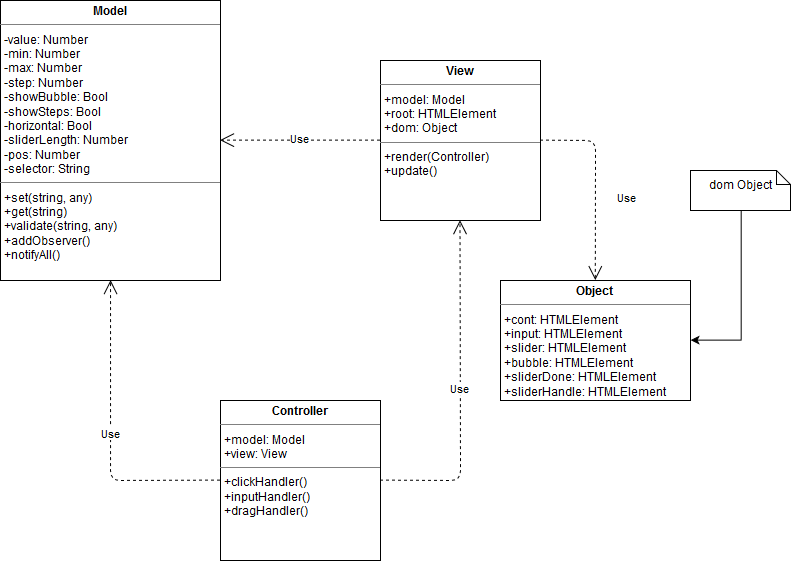
Before: diagram.png, a diagram exported from draw.io (performanceArtist/slider-plugin). Source tidied: cells renumbered, new cells last; positions are measured from the earlier drawing's top-left corner, leaving out a move shared by most shapes.
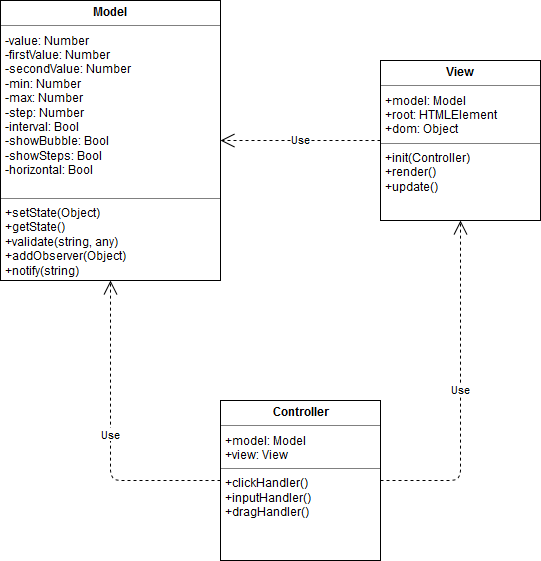
The same diagram one commit later.

Diff of the diagram source:
```diff
@@ -2,10 +2,10 @@
   <root>
     <mxCell id="0" />
     <mxCell id="1" parent="0" />
-    <mxCell id="2" value="&lt;p style=&quot;margin: 0px ; margin-top: 4px ; text-align: center&quot;&gt;&lt;b&gt;Model&lt;/b&gt;&lt;br&gt;&lt;/p&gt;&lt;hr size=&quot;1&quot;&gt;&lt;p style=&quot;margin: 0px ; margin-left: 4px&quot;&gt;-value: Number&lt;/p&gt;&lt;p style=&quot;margin: 0px ; margin-left: 4px&quot;&gt;-min: Number&lt;/p&gt;&lt;p style=&quot;margin: 0px ; margin-left: 4px&quot;&gt;-max: Number&lt;/p&gt;&lt;p style=&quot;margin: 0px ; margin-left: 4px&quot;&gt;-step: Number&lt;/p&gt;&lt;p style=&quot;margin: 0px ; margin-left: 4px&quot;&gt;-showBubble: Bool&lt;/p&gt;&lt;p style=&quot;margin: 0px ; margin-left: 4px&quot;&gt;-showSteps: Bool&lt;/p&gt;&lt;p style=&quot;margin: 0px ; margin-left: 4px&quot;&gt;-horizontal: Bool&lt;/p&gt;&lt;p style=&quot;margin: 0px ; margin-left: 4px&quot;&gt;-sliderLength: Number&lt;/p&gt;&lt;p style=&quot;margin: 0px ; margin-left: 4px&quot;&gt;-pos: Number&lt;/p&gt;&lt;p style=&quot;margin: 0px ; margin-left: 4px&quot;&gt;-selector: String&lt;br&gt;&lt;/p&gt;&lt;hr size=&quot;1&quot;&gt;&lt;p style=&quot;margin: 0px ; margin-left: 4px&quot;&gt;+set(string, any)&lt;/p&gt;&lt;p style=&quot;margin: 0px ; margin-left: 4px&quot;&gt;+get(string)&lt;br&gt;&lt;/p&gt;&lt;p style=&quot;margin: 0px ; margin-left: 4px&quot;&gt;+validate(string, any)&lt;br&gt;&lt;/p&gt;&lt;p style=&quot;margin: 0px ; margin-left: 4px&quot;&gt;+addObserver()&lt;/p&gt;&lt;p style=&quot;margin: 0px ; margin-left: 4px&quot;&gt;+notifyAll()&lt;/p&gt;&lt;p style=&quot;margin: 0px ; margin-left: 4px&quot;&gt;&lt;br&gt;&lt;/p&gt;" style="verticalAlign=top;align=left;overflow=fill;fontSize=12;fontFamily=Helvetica;html=1;" parent="1" vertex="1">
+    <mxCell id="2" value="&lt;p style=&quot;margin: 0px ; margin-top: 4px ; text-align: center&quot;&gt;&lt;b&gt;Model&lt;/b&gt;&lt;br&gt;&lt;/p&gt;&lt;hr size=&quot;1&quot;&gt;&lt;p style=&quot;margin: 0px ; margin-left: 4px&quot;&gt;-value: Number&lt;/p&gt;&lt;p style=&quot;margin: 0px ; margin-left: 4px&quot;&gt;-firstValue: Number&lt;/p&gt;&lt;p style=&quot;margin: 0px ; margin-left: 4px&quot;&gt;-secondValue: Number&lt;br&gt;&lt;/p&gt;&lt;p style=&quot;margin: 0px ; margin-left: 4px&quot;&gt;-min: Number&lt;/p&gt;&lt;p style=&quot;margin: 0px ; margin-left: 4px&quot;&gt;-max: Number&lt;/p&gt;&lt;p style=&quot;margin: 0px ; margin-left: 4px&quot;&gt;-step: Number&lt;/p&gt;&lt;p style=&quot;margin: 0px ; margin-left: 4px&quot;&gt;-interval: Bool&lt;br&gt;&lt;/p&gt;&lt;p style=&quot;margin: 0px ; margin-left: 4px&quot;&gt;-showBubble: Bool&lt;/p&gt;&lt;p style=&quot;margin: 0px ; margin-left: 4px&quot;&gt;-showSteps: Bool&lt;/p&gt;&lt;p style=&quot;margin: 0px ; margin-left: 4px&quot;&gt;-horizontal: Bool&lt;/p&gt;&lt;br&gt;&lt;hr size=&quot;1&quot;&gt;&lt;p style=&quot;margin: 0px ; margin-left: 4px&quot;&gt;+setState(Object)&lt;/p&gt;&lt;p style=&quot;margin: 0px ; margin-left: 4px&quot;&gt;+getState()&lt;br&gt;&lt;/p&gt;&lt;p style=&quot;margin: 0px ; margin-left: 4px&quot;&gt;+validate(string, any)&lt;br&gt;&lt;/p&gt;&lt;p style=&quot;margin: 0px ; margin-left: 4px&quot;&gt;+addObserver(Object)&lt;/p&gt;&lt;p style=&quot;margin: 0px ; margin-left: 4px&quot;&gt;+notify(string)&lt;/p&gt;&lt;p style=&quot;margin: 0px ; margin-left: 4px&quot;&gt;&lt;br&gt;&lt;/p&gt;" style="verticalAlign=top;align=left;overflow=fill;fontSize=12;fontFamily=Helvetica;html=1;" parent="1" vertex="1">
       <mxGeometry width="220" height="280" as="geometry" />
     </mxCell>
-    <mxCell id="3" value="&lt;p style=&quot;margin: 0px ; margin-top: 4px ; text-align: center&quot;&gt;&lt;b&gt;View&lt;/b&gt;&lt;br&gt;&lt;/p&gt;&lt;hr size=&quot;1&quot;&gt;&lt;p style=&quot;margin: 0px ; margin-left: 4px&quot;&gt;+model: Model&lt;br&gt;&lt;/p&gt;&lt;p style=&quot;margin: 0px ; margin-left: 4px&quot;&gt;+root: HTMLElement&lt;/p&gt;&lt;p style=&quot;margin: 0px ; margin-left: 4px&quot;&gt;+dom: Object&lt;br&gt;&lt;/p&gt;&lt;hr size=&quot;1&quot;&gt;&lt;p style=&quot;margin: 0px ; margin-left: 4px&quot;&gt;+render(Controller)&lt;/p&gt;&lt;p style=&quot;margin: 0px ; margin-left: 4px&quot;&gt;+update()&lt;br&gt;&lt;/p&gt;" style="verticalAlign=top;align=left;overflow=fill;fontSize=12;fontFamily=Helvetica;html=1;" parent="1" vertex="1">
+    <mxCell id="3" value="&lt;p style=&quot;margin: 0px ; margin-top: 4px ; text-align: center&quot;&gt;&lt;b&gt;View&lt;/b&gt;&lt;br&gt;&lt;/p&gt;&lt;hr size=&quot;1&quot;&gt;&lt;p style=&quot;margin: 0px ; margin-left: 4px&quot;&gt;+model: Model&lt;br&gt;&lt;/p&gt;&lt;p style=&quot;margin: 0px ; margin-left: 4px&quot;&gt;+root: HTMLElement&lt;/p&gt;&lt;p style=&quot;margin: 0px ; margin-left: 4px&quot;&gt;+dom: Object&lt;br&gt;&lt;/p&gt;&lt;hr size=&quot;1&quot;&gt;&lt;p style=&quot;margin: 0px ; margin-left: 4px&quot;&gt;+init(Controller)&lt;/p&gt;&lt;p style=&quot;margin: 0px ; margin-left: 4px&quot;&gt;+render()&lt;/p&gt;&lt;p style=&quot;margin: 0px ; margin-left: 4px&quot;&gt;+update()&lt;br&gt;&lt;/p&gt;" style="verticalAlign=top;align=left;overflow=fill;fontSize=12;fontFamily=Helvetica;html=1;" parent="1" vertex="1">
       <mxGeometry x="380" y="60" width="160" height="160" as="geometry" />
     </mxCell>
     <mxCell id="4" value="&lt;p style=&quot;margin: 0px ; margin-top: 4px ; text-align: center&quot;&gt;&lt;b&gt;Controller&lt;/b&gt;&lt;/p&gt;&lt;hr size=&quot;1&quot;&gt;&lt;p style=&quot;margin: 0px ; margin-left: 4px&quot;&gt;+model: Model&lt;br&gt;&lt;/p&gt;&lt;p style=&quot;margin: 0px ; margin-left: 4px&quot;&gt;+view: View&lt;br&gt;&lt;/p&gt;&lt;hr size=&quot;1&quot;&gt;&lt;p style=&quot;margin: 0px ; margin-left: 4px&quot;&gt;+clickHandler()&lt;/p&gt;&lt;p style=&quot;margin: 0px ; margin-left: 4px&quot;&gt;+inputHandler()&lt;/p&gt;&lt;p style=&quot;margin: 0px ; margin-left: 4px&quot;&gt;+dragHandler()&lt;br&gt;&lt;/p&gt;" style="verticalAlign=top;align=left;overflow=fill;fontSize=12;fontFamily=Helvetica;html=1;" parent="1" vertex="1">
@@ -28,22 +28,5 @@
         </Array>
       </mxGeometry>
     </mxCell>
-    <mxCell id="8" value="&lt;p style=&quot;margin: 0px ; margin-top: 4px ; text-align: center&quot;&gt;&lt;b&gt;Object&lt;/b&gt;&lt;br&gt;&lt;/p&gt;&lt;hr size=&quot;1&quot;&gt;&lt;p style=&quot;margin: 0px ; margin-left: 4px&quot;&gt;+cont: HTMLElement&lt;/p&gt;&lt;p style=&quot;margin: 0px ; margin-left: 4px&quot;&gt;+input: HTMLElement&lt;/p&gt;&lt;p style=&quot;margin: 0px ; margin-left: 4px&quot;&gt;+slider: HTMLElement&lt;/p&gt;&lt;p style=&quot;margin: 0px ; margin-left: 4px&quot;&gt;+bubble: HTMLElement&lt;/p&gt;&lt;p style=&quot;margin: 0px ; margin-left: 4px&quot;&gt;+sliderDone: HTMLElement&lt;/p&gt;&lt;p style=&quot;margin: 0px ; margin-left: 4px&quot;&gt;+sliderHandle: HTMLElement&lt;/p&gt;&lt;hr size=&quot;1&quot;&gt;&lt;p style=&quot;margin: 0px ; margin-left: 4px&quot;&gt;&lt;br&gt;&lt;/p&gt;" style="verticalAlign=top;align=left;overflow=fill;fontSize=12;fontFamily=Helvetica;html=1;" parent="1" vertex="1">
-      <mxGeometry x="500" y="280" width="190" height="120" as="geometry" />
-    </mxCell>
-    <mxCell id="9" value="Use" style="endArrow=open;endSize=12;dashed=1;html=1;exitX=1;exitY=0.5;exitDx=0;exitDy=0;entryX=0.5;entryY=0;entryDx=0;entryDy=0;" parent="1" edge="1" source="3" target="8">
-      <mxGeometry x="-0.47" y="-30" relative="1" as="geometry">
-        <Array as="points">
-          <mxPoint x="595" y="140" />
-        </Array>
-        <mxPoint x="35" y="29" as="offset" />
-      </mxGeometry>
-    </mxCell>
-    <mxCell id="10" style="edgeStyle=orthogonalEdgeStyle;rounded=0;jettySize=auto;html=1;entryX=1;entryY=0.5;entryDx=0;entryDy=0;" parent="1" edge="1" source="11" target="8">
-      <mxGeometry relative="1" as="geometry" />
-    </mxCell>
-    <mxCell id="11" value="&lt;div&gt;dom Object&lt;/div&gt;" style="shape=note;whiteSpace=wrap;html=1;size=14;verticalAlign=middle;align=center;spacingTop=-6;" parent="1" vertex="1">
-      <mxGeometry x="690" y="170" width="100" height="40" as="geometry" />
-    </mxCell>
   </root>
 </mxGraphModel>
```
